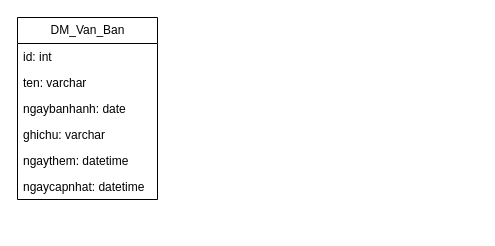
The draw.io diagram csdlcnttbcvt.drawio in pnptai94/giaydiduongbluezone, before the edit. Source tidied: cells renumbered, new cells numbered last; positions are measured from the earlier drawing's top-left corner, leaving out a move shared by most shapes. Both pictures are drawn from the tidied source at 100%, with x=0, y=0 at pixel (17, 17).
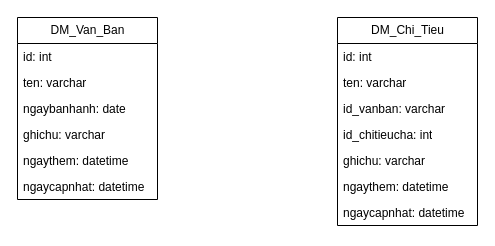
After the change.

The edit, as a diff of the source:
```diff
@@
 <mxGraphModel>
   <root>
     <mxCell id="0" />
     <mxCell id="1" parent="0" />
     <mxCell id="2" value="DM_Van_Ban" style="swimlane;fontStyle=0;horizontal=1;startSize=26;fillColor=none;html=1;" parent="1" vertex="1">
       <mxGeometry width="140" height="182" as="geometry" />
     </mxCell>
     <mxCell id="3" value="id: int" style="text;strokeColor=none;fillColor=none;align=left;verticalAlign=top;spacingLeft=4;spacingRight=4;overflow=hidden;whiteSpace=wrap;html=1;" parent="2" vertex="1">
       <mxGeometry y="26" width="140" height="26" as="geometry" />
     </mxCell>
     <mxCell id="4" value="ten: varchar" style="text;strokeColor=none;fillColor=none;align=left;verticalAlign=top;spacingLeft=4;spacingRight=4;overflow=hidden;whiteSpace=wrap;html=1;" parent="2" vertex="1">
       <mxGeometry y="52" width="140" height="26" as="geometry" />
     </mxCell>
     <mxCell id="5" value="ngaybanhanh: date" style="text;strokeColor=none;fillColor=none;align=left;verticalAlign=top;spacingLeft=4;spacingRight=4;overflow=hidden;whiteSpace=wrap;html=1;" parent="2" vertex="1">
       <mxGeometry y="78" width="140" height="26" as="geometry" />
     </mxCell>
     <mxCell id="6" value="ghichu: varchar" style="text;strokeColor=none;fillColor=none;align=left;verticalAlign=top;spacingLeft=4;spacingRight=4;overflow=hidden;whiteSpace=wrap;html=1;" parent="2" vertex="1">
       <mxGeometry y="104" width="140" height="26" as="geometry" />
     </mxCell>
     <mxCell id="7" value="ngaythem: datetime" style="text;strokeColor=none;fillColor=none;align=left;verticalAlign=top;spacingLeft=4;spacingRight=4;overflow=hidden;whiteSpace=wrap;html=1;" parent="2" vertex="1">
       <mxGeometry y="130" width="140" height="26" as="geometry" />
     </mxCell>
     <mxCell id="8" value="ngaycapnhat: datetime" style="text;strokeColor=none;fillColor=none;align=left;verticalAlign=top;spacingLeft=4;spacingRight=4;overflow=hidden;whiteSpace=wrap;html=1;" parent="2" vertex="1">
       <mxGeometry y="156" width="140" height="26" as="geometry" />
     </mxCell>
+    <mxCell id="9" value="DM_Chi_Tieu" style="swimlane;fontStyle=0;horizontal=1;startSize=26;fillColor=none;html=1;" parent="1" vertex="1">
+      <mxGeometry x="320" width="140" height="208" as="geometry" />
+    </mxCell>
+    <mxCell id="10" value="id: int" style="text;strokeColor=none;fillColor=none;align=left;verticalAlign=top;spacingLeft=4;spacingRight=4;overflow=hidden;whiteSpace=wrap;html=1;" parent="9" vertex="1">
+      <mxGeometry y="26" width="140" height="26" as="geometry" />
+    </mxCell>
+    <mxCell id="11" value="ten: varchar" style="text;strokeColor=none;fillColor=none;align=left;verticalAlign=top;spacingLeft=4;spacingRight=4;overflow=hidden;whiteSpace=wrap;html=1;" parent="9" vertex="1">
+      <mxGeometry y="52" width="140" height="26" as="geometry" />
+    </mxCell>
+    <mxCell id="12" value="id_vanban: varchar" style="text;strokeColor=none;fillColor=none;align=left;verticalAlign=top;spacingLeft=4;spacingRight=4;overflow=hidden;whiteSpace=wrap;html=1;" parent="9" vertex="1">
+      <mxGeometry y="78" width="140" height="26" as="geometry" />
+    </mxCell>
+    <mxCell id="13" value="id_chitieucha: int" style="text;strokeColor=none;fillColor=none;align=left;verticalAlign=top;spacingLeft=4;spacingRight=4;overflow=hidden;whiteSpace=wrap;html=1;" parent="9" vertex="1">
+      <mxGeometry y="104" width="140" height="26" as="geometry" />
+    </mxCell>
+    <mxCell id="14" value="ghichu: varchar" style="text;strokeColor=none;fillColor=none;align=left;verticalAlign=top;spacingLeft=4;spacingRight=4;overflow=hidden;whiteSpace=wrap;html=1;" parent="9" vertex="1">
+      <mxGeometry y="130" width="140" height="26" as="geometry" />
+    </mxCell>
+    <mxCell id="15" value="ngaythem: datetime" style="text;strokeColor=none;fillColor=none;align=left;verticalAlign=top;spacingLeft=4;spacingRight=4;overflow=hidden;whiteSpace=wrap;html=1;" parent="9" vertex="1">
+      <mxGeometry y="156" width="140" height="26" as="geometry" />
+    </mxCell>
+    <mxCell id="16" value="ngaycapnhat: datetime" style="text;strokeColor=none;fillColor=none;align=left;verticalAlign=top;spacingLeft=4;spacingRight=4;overflow=hidden;whiteSpace=wrap;html=1;" parent="9" vertex="1">
+      <mxGeometry y="182" width="140" height="26" as="geometry" />
+    </mxCell>
   </root>
 </mxGraphModel>
```
